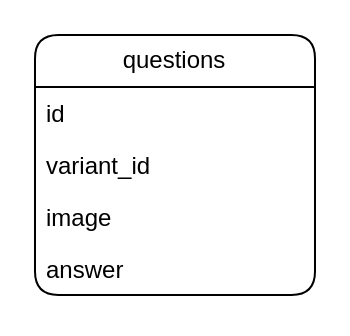
The draw.io diagram Диаграмма без названия.drawio in MardonAslonov/DrawIo, before the edit. Source tidied: cells renumbered, new cells numbered last; positions are measured from the earlier drawing's top-left corner, leaving out a move shared by most shapes. Both pictures are drawn from the tidied source at 200%, with x=0, y=0 at pixel (34, 34).
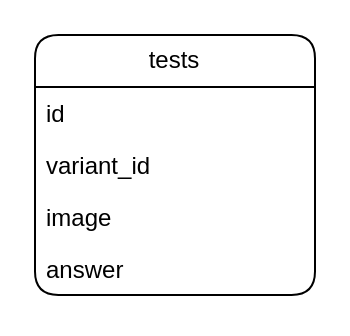
After the change.

Diff of the diagram source:
```diff
@@
 <mxGraphModel>
   <root>
     <mxCell id="0" />
     <mxCell id="1" parent="0" />
-    <mxCell id="2" value="questions" style="swimlane;fontStyle=0;horizontal=1;startSize=26;fillColor=none;whiteSpace=wrap;html=1;rounded=1;" parent="1" vertex="1">
+    <mxCell id="2" value="tests" style="swimlane;fontStyle=0;horizontal=1;startSize=26;fillColor=none;whiteSpace=wrap;html=1;rounded=1;" parent="1" vertex="1">
       <mxGeometry width="140" height="130" as="geometry" />
     </mxCell>
     <mxCell id="3" value="id" style="text;strokeColor=none;fillColor=none;align=left;verticalAlign=top;spacingLeft=4;spacingRight=4;overflow=hidden;whiteSpace=wrap;html=1;" parent="2" vertex="1">
       <mxGeometry y="26" width="140" height="26" as="geometry" />
     </mxCell>
     <mxCell id="4" value="variant_id" style="text;strokeColor=none;fillColor=none;align=left;verticalAlign=top;spacingLeft=4;spacingRight=4;overflow=hidden;whiteSpace=wrap;html=1;" parent="2" vertex="1">
       <mxGeometry y="52" width="140" height="26" as="geometry" />
     </mxCell>
     <mxCell id="5" value="image" style="text;strokeColor=none;fillColor=none;align=left;verticalAlign=top;spacingLeft=4;spacingRight=4;overflow=hidden;whiteSpace=wrap;html=1;" parent="2" vertex="1">
       <mxGeometry y="78" width="140" height="26" as="geometry" />
     </mxCell>
     <mxCell id="6" value="answer" style="text;strokeColor=none;fillColor=none;align=left;verticalAlign=top;spacingLeft=4;spacingRight=4;overflow=hidden;whiteSpace=wrap;html=1;" parent="2" vertex="1">
       <mxGeometry y="104" width="140" height="26" as="geometry" />
     </mxCell>
   </root>
 </mxGraphModel>
```
